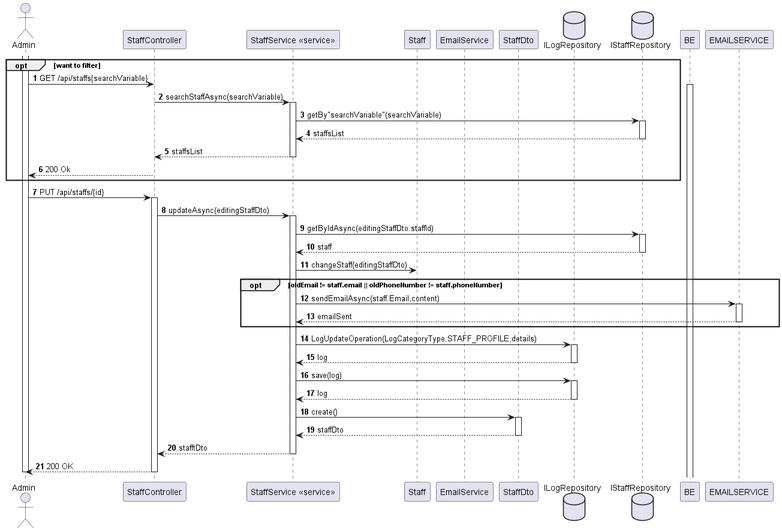
Earlier version of the PlantUML export docs/StaffProfileUpdate/views/level3/process-view2.png (Lapr5G21/sem5pi-24-25-3ddg21).
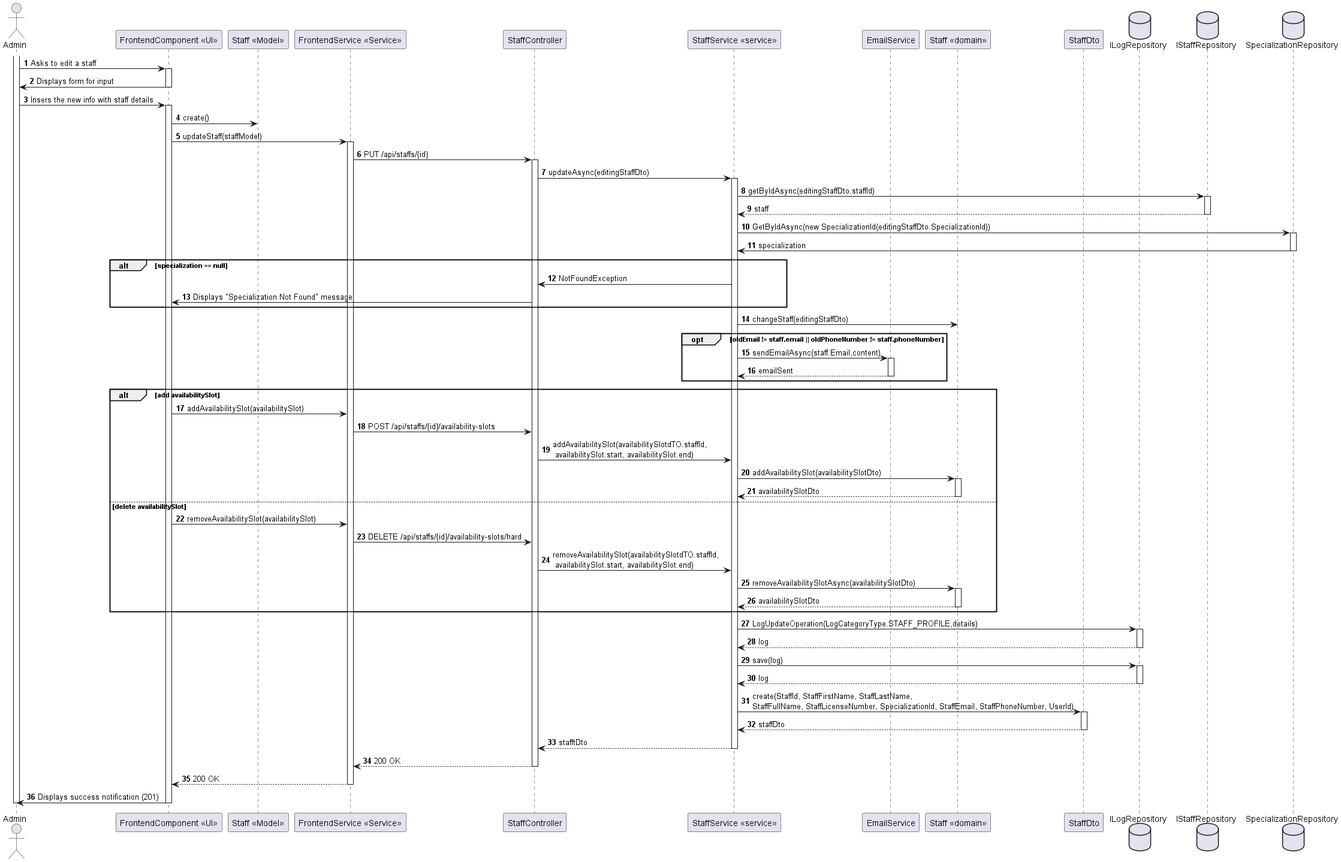
After the commit.

What changed in the source:
```diff
@@ -1,33 +1,37 @@
 @startuml
 autonumber
 actor Admin as "Admin"
+participant Frontend as "FrontendComponent <<UI>>"
+participant StaffModel as "Staff <<Model>>"
+participant FrontendService as "FrontendService <<Service>>"
 participant CTRL as "StaffController"
 participant SERVICE as "StaffService <<service>>"
-participant StaffDomain as "Staff"
-participant EmailService as "EmailService"
+participant EMAILSERVICE as "EmailService"
+participant Staff as "Staff <<domain>>"
 participant StaffDto as "StaffDto"
 database ILogRepository as "ILogRepository"
 database IStaffRepository as "IStaffRepository"
+database SpecializationRepository as "SpecializationRepository"
 
-
-opt want to filter
-    Admin -> CTRL : GET /api/staffs{searchVariable}
-    activate BE
-            CTRL -> SERVICE : searchStaffAsync(searchVariable)
-        activate SERVICE
-                SERVICE -> IStaffRepository : getBy"searchVariable"(searchVariable)
-                activate IStaffRepository
-                IStaffRepository --> SERVICE : staffsList
-                deactivate IStaffRepository
-            SERVICE --> CTRL : staffsList
-        deactivate SERVICE
-    CTRL --> Admin : 200 Ok
-    deactivate CTRL
-end
 
 activate Admin
 
-Admin -> CTRL : PUT /api/staffs/{id}
+Admin -> Frontend : Asks to edit a staff
+
+activate Frontend
+Frontend -> Admin : Displays form for input
+deactivate Frontend
+
+Admin -> Frontend : Insers the new info with staff details
+
+activate Frontend
+
+Frontend ->  StaffModel : create()
+
+Frontend -> FrontendService : updateStaff(staffModel)
+
+activate FrontendService
+FrontendService -> CTRL : PUT /api/staffs/{id}
 activate CTRL
 
 CTRL -> SERVICE : updateAsync(editingStaffDto)
@@ -41,7 +45,23 @@
 
 deactivate IStaffRepository
 
-SERVICE -> StaffDomain : changeStaff(editingStaffDto)
+SERVICE -> SpecializationRepository : GetByIdAsync(new SpecializationId(editingStaffDto.SpecializationId))
+
+activate SpecializationRepository
+
+SpecializationRepository -> SERVICE : specialization
+
+deactivate SpecializationRepository
+alt specialization == null
+
+SERVICE -> CTRL : NotFoundException
+
+CTRL -> Frontend : Displays "Specialization Not Found" message
+
+end alt
+deactivate SpecializationRepository
+
+SERVICE -> Staff : changeStaff(editingStaffDto)
 
 opt oldEmail != staff.email || oldPhoneNumber != staff.phoneNumber
 
@@ -54,6 +74,26 @@
 deactivate EMAILSERVICE
 
 end opt
+
+ alt add availabilitySlot
+            Frontend -> FrontendService : addAvailabilitySlot(availabilitySlot)
+
+            FrontendService -> CTRL : POST /api/staffs/{id}/availability-slots
+
+            CTRL -> SERVICE : addAvailabilitySlot(availabilitySlotdTO.staffId, \n availabilitySlot.start, availabilitySlot.end)
+            SERVICE -> Staff : addAvailabilitySlot(availabilitySlotDto)
+            activate Staff
+            Staff --> SERVICE : availabilitySlotDto
+            deactivate Staff
+        else delete availabilitySlot
+            Frontend -> FrontendService : removeAvailabilitySlot(availabilitySlot)
+            FrontendService -> CTRL : DELETE /api/staffs/{id}/availability-slots/hard
+            CTRL -> SERVICE : removeAvailabilitySlot(availabilitySlotdTO.staffId, \n availabilitySlot.start, availabilitySlot.end)
+            SERVICE -> Staff : removeAvailabilitySlotAsync(availabilitySlotDto)
+            activate Staff
+            Staff --> SERVICE : availabilitySlotDto
+            deactivate Staff
+ end
 
 SERVICE -> ILogRepository : LogUpdateOperation(LogCategoryType.STAFF_PROFILE,details)
 
@@ -71,7 +111,7 @@
 
 deactivate ILogRepository
 
-SERVICE -> StaffDto : create()
+SERVICE -> StaffDto : create(StaffId, StaffFirstName, StaffLastName, \nStaffFullName, StaffLicenseNumber, SpecializationId, StaffEmail, StaffPhoneNumber, UserId)
 
 activate StaffDto
 StaffDto --> SERVICE : staffDto
@@ -81,9 +121,13 @@
 
 deactivate SERVICE
 
-CTRL --> Admin : 200 OK
+CTRL --> FrontendService : 200 OK
 
 deactivate CTRL
 
+FrontendService --> Frontend : 200 OK
+deactivate FrontendService
+Frontend -> Admin : Displays success notification (201)
 deactivate Admin
+deactivate Frontend
 @enduml
```
